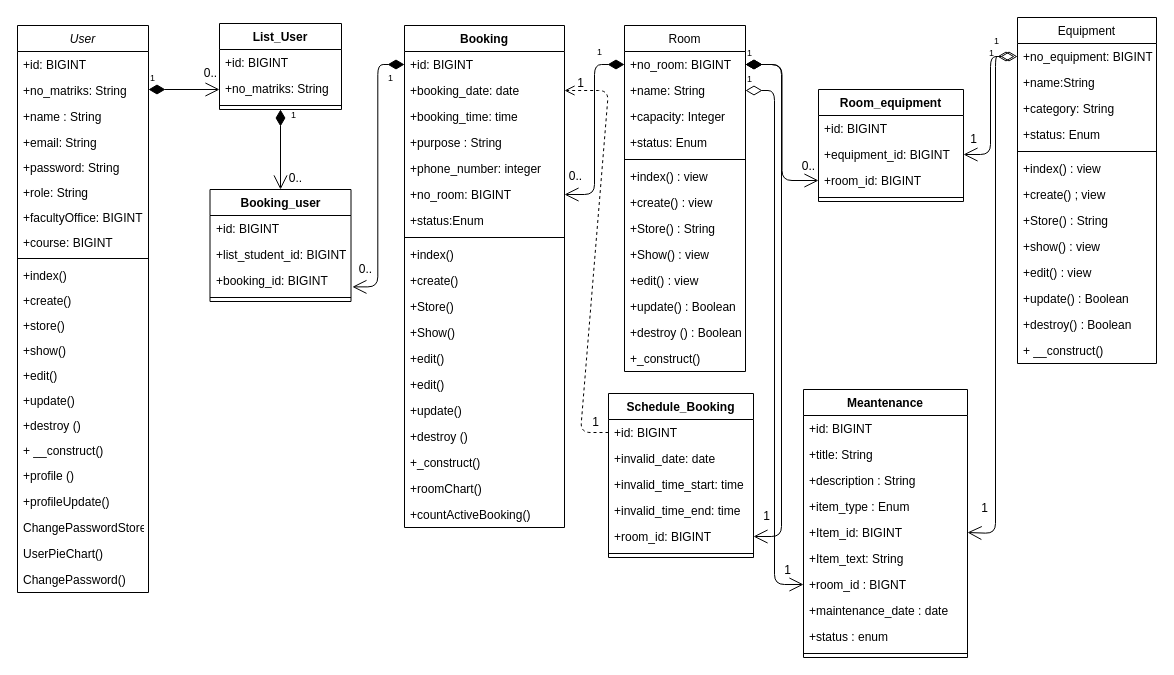
Above: LibraRoom.drawio in SNFASA/Hikmah-and-Ekplorasi-Room-Reservation-System (draw.io), before the change. Source tidied: cells renumbered, new cells numbered last; positions are measured from the earlier drawing's top-left corner, leaving out a move shared by most shapes. Both pictures are drawn from the tidied source at 100%, with x=0, y=0 at pixel (17, 17).
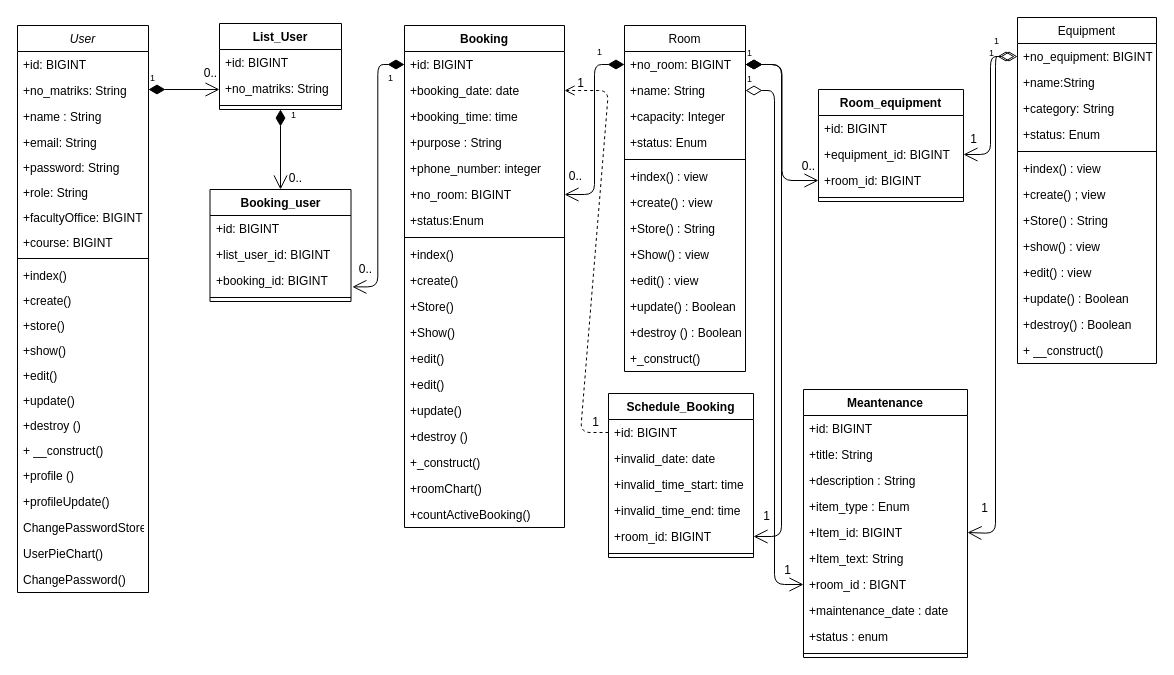
Above is the later version.

The change refers to these unchanged cells:
```xml
<mxCell id="77" value="Booking_user" style="swimlane;fontStyle=1;align=center;verticalAlign=top;horizontal=1;startSize=26;whiteSpace=wrap;html=1;" parent="1" vertex="1">
  <mxGeometry x="192.5" y="172" width="141" height="112" as="geometry" />
</mxCell>
```

Diff of the diagram source:
```diff
@@
-    <mxCell id="79" value="+list_student_id: BIGINT" style="text;strokeColor=none;fillColor=none;align=left;verticalAlign=top;spacingLeft=4;spacingRight=4;overflow=hidden;whiteSpace=wrap;html=1;" parent="77" vertex="1">
+    <mxCell id="79" value="+list_user_id: BIGINT" style="text;strokeColor=none;fillColor=none;align=left;verticalAlign=top;spacingLeft=4;spacingRight=4;overflow=hidden;whiteSpace=wrap;html=1;" parent="77" vertex="1">
       <mxGeometry y="52" width="141" height="26" as="geometry" />
     </mxCell>
```
